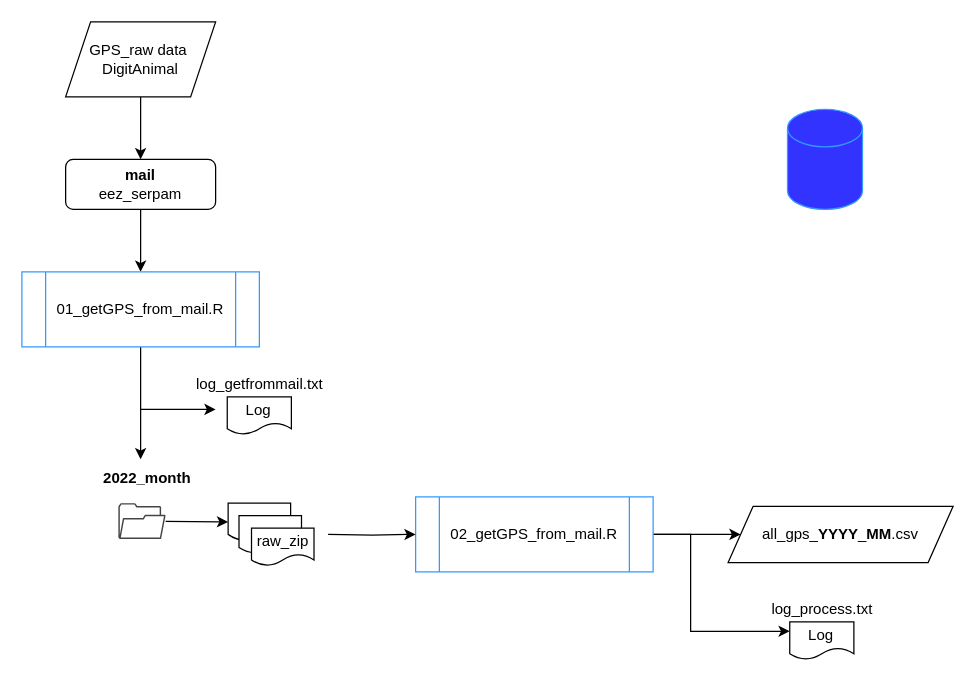
Before: schema.drawio in serpam/sumhal_vreGI, a draw.io diagram. Source tidied: cells renumbered, new cells numbered last; positions are measured from the earlier drawing's top-left corner, leaving out a move shared by most shapes. Both pictures are drawn from the tidied source at 125%, with x=0, y=0 at pixel (21, 21).
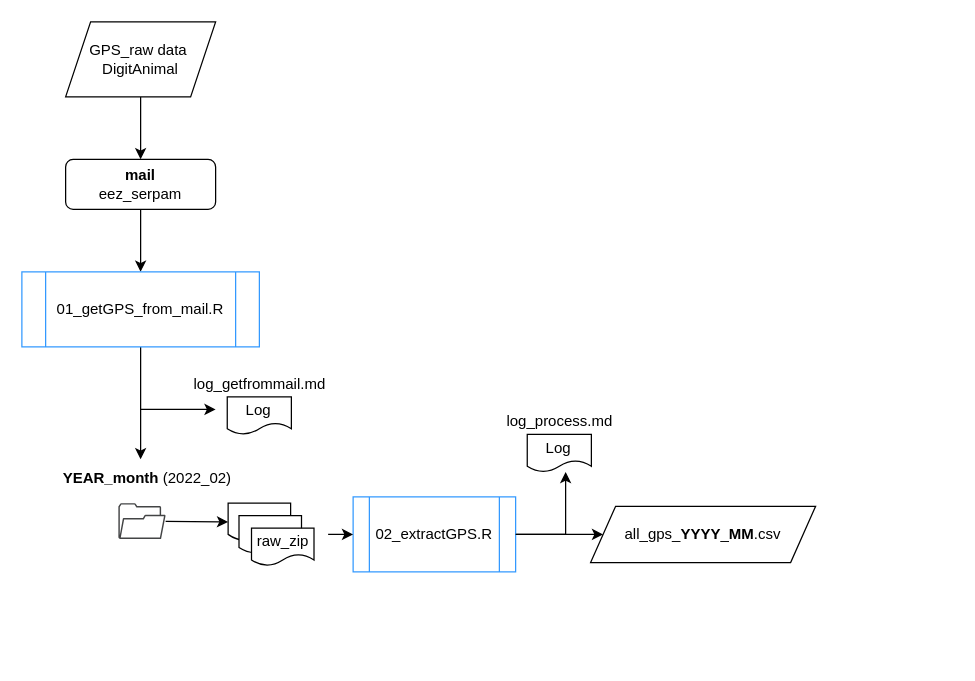
The same page after the edit.

Unchanged cells that the change refers to:
```xml
<mxCell id="26" value="Log" style="shape=document;whiteSpace=wrap;html=1;boundedLbl=1;" parent="25" vertex="1">
  <mxGeometry x="19.3" y="20" width="51.3" height="30" as="geometry" />
</mxCell>
```

What changed in the source:
```diff
@@
     <mxCell id="8" value="all_gps_&lt;b&gt;YYYY&lt;/b&gt;_&lt;b&gt;MM&lt;/b&gt;.csv" style="shape=parallelogram;perimeter=parallelogramPerimeter;whiteSpace=wrap;html=1;fixedSize=1;" parent="1" vertex="1">
-      <mxGeometry x="565" y="387.5" width="180" height="45" as="geometry" />
+      <mxGeometry x="455" y="387.5" width="180" height="45" as="geometry" />
     </mxCell>
@@
     <mxCell id="13" style="group;" parent="1" vertex="1">
-      <mxGeometry x="55" y="355" width="100" height="70" as="geometry" />
+      <mxGeometry x="55" y="355" width="125" height="70" as="geometry" />
     </mxCell>
@@
-    <mxCell id="15" value="&lt;b&gt;2022_month&lt;/b&gt;" style="text;html=1;align=center;verticalAlign=middle;strokeColor=none;fillColor=none;" parent="13" vertex="1">
-      <mxGeometry width="90" height="20" as="geometry" />
+    <mxCell id="15" value="&lt;b&gt;YEAR_month &lt;/b&gt;(2022_02)" style="text;html=1;align=center;verticalAlign=middle;strokeColor=none;fillColor=none;" parent="13" vertex="1">
+      <mxGeometry x="-35" y="-5" width="160" height="30" as="geometry" />
     </mxCell>
@@
-    <mxCell id="18" style="edgeStyle=orthogonalEdgeStyle;rounded=0;jettySize=auto;html=1;exitX=1;exitY=0.5;exitDx=0;exitDy=0;entryX=0;entryY=0.25;entryDx=0;entryDy=0;" parent="1" edge="1" source="19" target="26">
-      <mxGeometry relative="1" as="geometry">
-        <Array as="points">
-          <mxPoint x="535" y="410" />
-          <mxPoint x="535" y="488" />
-        </Array>
-      </mxGeometry>
-    </mxCell>
-    <mxCell id="19" value="02_getGPS_from_mail.R" style="shape=process;whiteSpace=wrap;html=1;backgroundOutline=1;strokeColor=#3399FF;" parent="1" vertex="1">
-      <mxGeometry x="315" y="380" width="190" height="60" as="geometry" />
+    <mxCell id="19" value="02_extractGPS.R" style="shape=process;whiteSpace=wrap;html=1;backgroundOutline=1;strokeColor=#3399FF;" parent="1" vertex="1">
+      <mxGeometry x="265" y="380" width="130" height="60" as="geometry" />
     </mxCell>
@@
     <mxCell id="21" style="group;" parent="1" vertex="1">
-      <mxGeometry x="145" y="280" width="105" height="50" as="geometry" />
+      <mxGeometry x="145" y="280" width="110" height="50" as="geometry" />
     </mxCell>
@@
-    <mxCell id="23" value="log_getfrommail.txt" style="text;html=1;align=center;verticalAlign=middle;strokeColor=none;fillColor=none;" parent="21" vertex="1">
-      <mxGeometry x="-15" width="120" height="20" as="geometry" />
+    <mxCell id="23" value="log_getfrommail.md" style="text;html=1;align=center;verticalAlign=middle;strokeColor=none;fillColor=none;" parent="21" vertex="1">
+      <mxGeometry x="-20" y="-5" width="130" height="30" as="geometry" />
     </mxCell>
@@
     <mxCell id="25" style="group;" parent="1" vertex="1">
-      <mxGeometry x="595" y="460" width="95" height="50" as="geometry" />
+      <mxGeometry x="385" y="310" width="100" height="50" as="geometry" />
     </mxCell>
@@
-    <mxCell id="27" value="log_process.txt" style="text;html=1;align=center;verticalAlign=middle;strokeColor=none;fillColor=none;" parent="25" vertex="1">
-      <mxGeometry x="-5" width="100" height="20" as="geometry" />
+    <mxCell id="27" value="log_process.md" style="text;html=1;align=center;verticalAlign=middle;strokeColor=none;fillColor=none;" parent="25" vertex="1">
+      <mxGeometry x="-10" y="-5" width="110" height="30" as="geometry" />
     </mxCell>
-    <mxCell id="28" style="shape=cylinder3;whiteSpace=wrap;html=1;boundedLbl=1;backgroundOutline=1;size=15;strokeColor=#3399FF;fillColor=#3333FF;" parent="1" vertex="1">
-      <mxGeometry x="612.5" y="70" width="60" height="80" as="geometry" />
-    </mxCell>
+    <mxCell id="18" style="edgeStyle=orthogonalEdgeStyle;rounded=0;jettySize=auto;html=1;exitX=1;exitY=0.5;exitDx=0;exitDy=0;" parent="1" edge="1" source="19" target="26">
+      <mxGeometry relative="1" as="geometry">
+        <Array as="points">
+          <mxPoint x="435" y="410" />
+        </Array>
+      </mxGeometry>
+    </mxCell>
```
